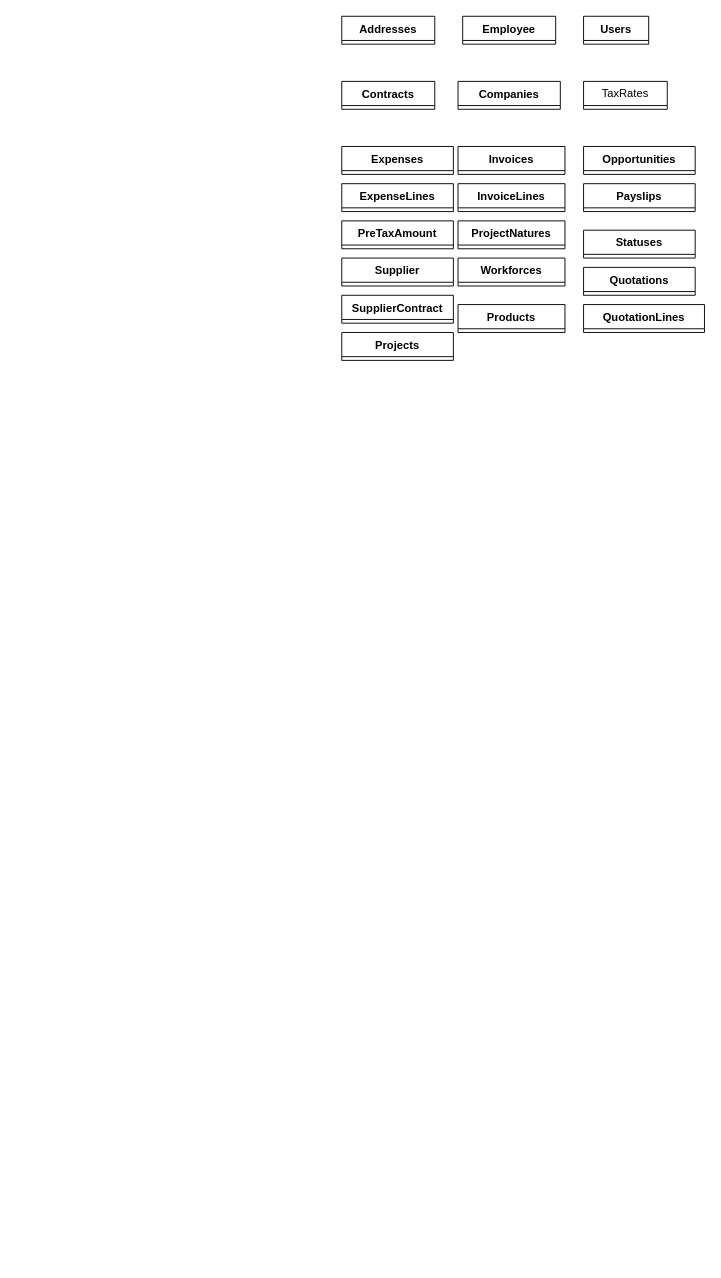
This is Diagramme sans nom.drawio from Eaulmesse/upit_erp_dev, a draw.io file, before an edit. Source tidied: cells renumbered, new cells numbered last; positions are measured from the earlier drawing's top-left corner, leaving out a move shared by most shapes. Both pictures are drawn from the tidied source at 93%, with x=0, y=0 at pixel (341, 16).
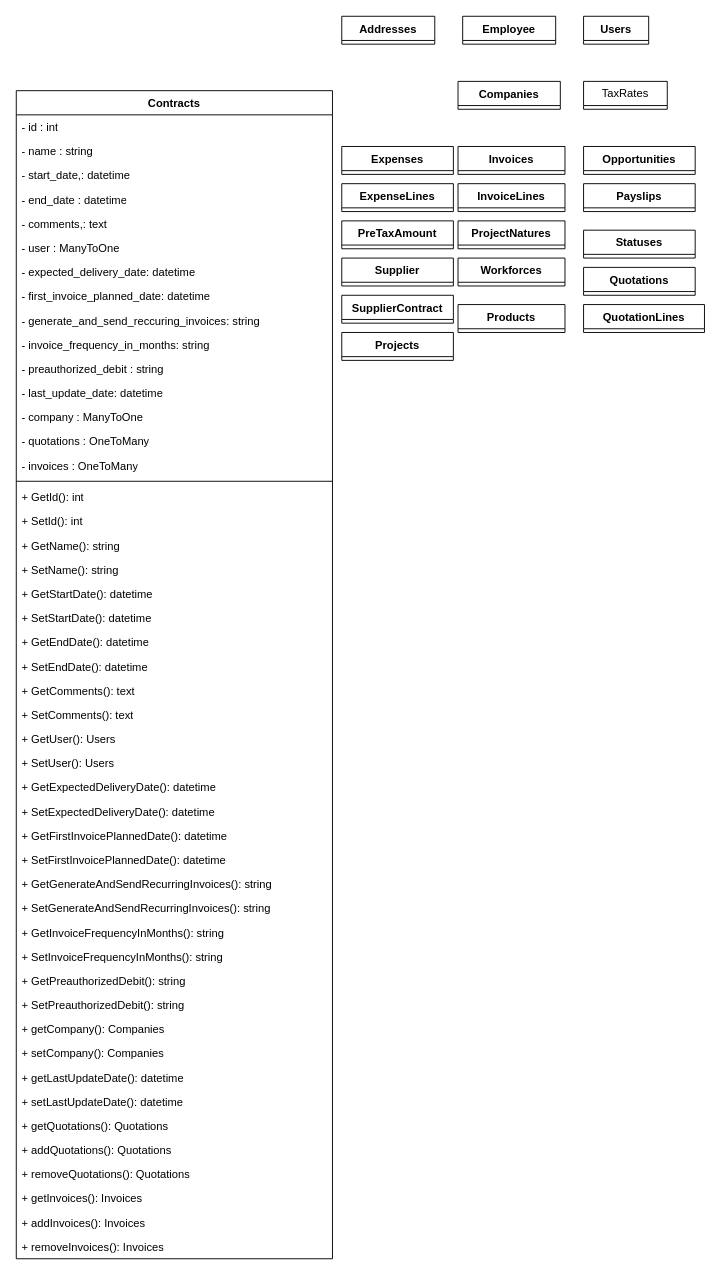
After the change.

Change to the diagram source:
```diff
@@
-    <mxCell id="4" value="Contracts" style="swimlane;fontStyle=1;align=center;verticalAlign=top;horizontal=1;startSize=26;whiteSpace=wrap;html=1;" parent="1" vertex="1" collapsed="1">
-      <mxGeometry y="70" width="100" height="30" as="geometry" />
+    <mxCell id="4" value="Contracts" style="swimlane;fontStyle=1;align=center;verticalAlign=top;horizontal=1;startSize=26;whiteSpace=wrap;html=1;" parent="1" vertex="1">
+      <mxGeometry x="-350" y="80" width="340" height="1256" as="geometry" />
     </mxCell>
+    <mxCell id="24" value="- id : int" style="text;strokeColor=none;fillColor=none;align=left;verticalAlign=top;spacingLeft=4;spacingRight=4;overflow=hidden;whiteSpace=wrap;html=1;" parent="4" vertex="1">
+      <mxGeometry y="26" width="340" height="26" as="geometry" />
+    </mxCell>
+    <mxCell id="25" value="- name : string" style="text;strokeColor=none;fillColor=none;align=left;verticalAlign=top;spacingLeft=4;spacingRight=4;overflow=hidden;whiteSpace=wrap;html=1;" parent="4" vertex="1">
+      <mxGeometry y="52" width="340" height="26" as="geometry" />
+    </mxCell>
+    <mxCell id="26" value="- start_date,: datetime" style="text;strokeColor=none;fillColor=none;align=left;verticalAlign=top;spacingLeft=4;spacingRight=4;overflow=hidden;whiteSpace=wrap;html=1;" parent="4" vertex="1">
+      <mxGeometry y="78" width="340" height="26" as="geometry" />
+    </mxCell>
+    <mxCell id="27" value="- end_date : datetime" style="text;strokeColor=none;fillColor=none;align=left;verticalAlign=top;spacingLeft=4;spacingRight=4;overflow=hidden;whiteSpace=wrap;html=1;" parent="4" vertex="1">
+      <mxGeometry y="104" width="340" height="26" as="geometry" />
+    </mxCell>
+    <mxCell id="28" value="- comments,: text" style="text;strokeColor=none;fillColor=none;align=left;verticalAlign=top;spacingLeft=4;spacingRight=4;overflow=hidden;whiteSpace=wrap;html=1;" parent="4" vertex="1">
+      <mxGeometry y="130" width="340" height="26" as="geometry" />
+    </mxCell>
+    <mxCell id="29" value="- user : ManyToOne" style="text;strokeColor=none;fillColor=none;align=left;verticalAlign=top;spacingLeft=4;spacingRight=4;overflow=hidden;whiteSpace=wrap;html=1;" parent="4" vertex="1">
+      <mxGeometry y="156" width="340" height="26" as="geometry" />
+    </mxCell>
+    <mxCell id="30" value="- expected_delivery_date: datetime" style="text;strokeColor=none;fillColor=none;align=left;verticalAlign=top;spacingLeft=4;spacingRight=4;overflow=hidden;whiteSpace=wrap;html=1;" parent="4" vertex="1">
+      <mxGeometry y="182" width="340" height="26" as="geometry" />
+    </mxCell>
+    <mxCell id="31" value="- first_invoice_planned_date: datetime" style="text;strokeColor=none;fillColor=none;align=left;verticalAlign=top;spacingLeft=4;spacingRight=4;overflow=hidden;whiteSpace=wrap;html=1;" parent="4" vertex="1">
+      <mxGeometry y="208" width="340" height="26" as="geometry" />
+    </mxCell>
+    <mxCell id="32" value="- generate_and_send_reccuring_invoices: string" style="text;strokeColor=none;fillColor=none;align=left;verticalAlign=top;spacingLeft=4;spacingRight=4;overflow=hidden;whiteSpace=wrap;html=1;" parent="4" vertex="1">
+      <mxGeometry y="234" width="340" height="26" as="geometry" />
+    </mxCell>
+    <mxCell id="33" value="- invoice_frequency_in_months: string" style="text;strokeColor=none;fillColor=none;align=left;verticalAlign=top;spacingLeft=4;spacingRight=4;overflow=hidden;whiteSpace=wrap;html=1;" parent="4" vertex="1">
+      <mxGeometry y="260" width="340" height="26" as="geometry" />
+    </mxCell>
+    <mxCell id="34" value="- preauthorized_debit : string" style="text;strokeColor=none;fillColor=none;align=left;verticalAlign=top;spacingLeft=4;spacingRight=4;overflow=hidden;whiteSpace=wrap;html=1;" parent="4" vertex="1">
+      <mxGeometry y="286" width="340" height="26" as="geometry" />
+    </mxCell>
+    <mxCell id="35" value="- last_update_date: datetime" style="text;strokeColor=none;fillColor=none;align=left;verticalAlign=top;spacingLeft=4;spacingRight=4;overflow=hidden;whiteSpace=wrap;html=1;" parent="4" vertex="1">
+      <mxGeometry y="312" width="340" height="26" as="geometry" />
+    </mxCell>
+    <mxCell id="36" value="- company : ManyToOne" style="text;strokeColor=none;fillColor=none;align=left;verticalAlign=top;spacingLeft=4;spacingRight=4;overflow=hidden;whiteSpace=wrap;html=1;" parent="4" vertex="1">
+      <mxGeometry y="338" width="340" height="26" as="geometry" />
+    </mxCell>
+    <mxCell id="37" value="- quotations : OneToMany" style="text;strokeColor=none;fillColor=none;align=left;verticalAlign=top;spacingLeft=4;spacingRight=4;overflow=hidden;whiteSpace=wrap;html=1;" parent="4" vertex="1">
+      <mxGeometry y="364" width="340" height="26" as="geometry" />
+    </mxCell>
+    <mxCell id="38" value="- invoices : OneToMany" style="text;strokeColor=none;fillColor=none;align=left;verticalAlign=top;spacingLeft=4;spacingRight=4;overflow=hidden;whiteSpace=wrap;html=1;" parent="4" vertex="1">
+      <mxGeometry y="390" width="340" height="26" as="geometry" />
+    </mxCell>
+    <mxCell id="39" style="line;strokeWidth=1;fillColor=none;align=left;verticalAlign=middle;spacingTop=-1;spacingLeft=3;spacingRight=3;labelPosition=right;strokeColor=inherit;" parent="4" vertex="1">
+      <mxGeometry y="416" width="340" height="8" as="geometry" />
+    </mxCell>
+    <mxCell id="40" value="+ GetId(): int" style="text;strokeColor=none;fillColor=none;align=left;verticalAlign=top;spacingLeft=4;spacingRight=4;overflow=hidden;whiteSpace=wrap;html=1;" parent="4" vertex="1">
+      <mxGeometry y="424" width="340" height="26" as="geometry" />
+    </mxCell>
+    <mxCell id="41" value="+ SetId(): int" style="text;strokeColor=none;fillColor=none;align=left;verticalAlign=top;spacingLeft=4;spacingRight=4;overflow=hidden;whiteSpace=wrap;html=1;" parent="4" vertex="1">
+      <mxGeometry y="450" width="340" height="26" as="geometry" />
+    </mxCell>
+    <mxCell id="42" value="+ GetName(): string" style="text;strokeColor=none;fillColor=none;align=left;verticalAlign=top;spacingLeft=4;spacingRight=4;overflow=hidden;whiteSpace=wrap;html=1;" parent="4" vertex="1">
+      <mxGeometry y="476" width="340" height="26" as="geometry" />
+    </mxCell>
+    <mxCell id="43" value="+ SetName(): string" style="text;strokeColor=none;fillColor=none;align=left;verticalAlign=top;spacingLeft=4;spacingRight=4;overflow=hidden;whiteSpace=wrap;html=1;" parent="4" vertex="1">
+      <mxGeometry y="502" width="340" height="26" as="geometry" />
+    </mxCell>
+    <mxCell id="44" value="+ GetStartDate(): datetime" style="text;strokeColor=none;fillColor=none;align=left;verticalAlign=top;spacingLeft=4;spacingRight=4;overflow=hidden;whiteSpace=wrap;html=1;" parent="4" vertex="1">
+      <mxGeometry y="528" width="340" height="26" as="geometry" />
+    </mxCell>
+    <mxCell id="45" value="+ SetStartDate(): datetime" style="text;strokeColor=none;fillColor=none;align=left;verticalAlign=top;spacingLeft=4;spacingRight=4;overflow=hidden;whiteSpace=wrap;html=1;" parent="4" vertex="1">
+      <mxGeometry y="554" width="340" height="26" as="geometry" />
+    </mxCell>
+    <mxCell id="46" value="+ GetEndDate(): datetime" style="text;strokeColor=none;fillColor=none;align=left;verticalAlign=top;spacingLeft=4;spacingRight=4;overflow=hidden;whiteSpace=wrap;html=1;" parent="4" vertex="1">
+      <mxGeometry y="580" width="340" height="26" as="geometry" />
+    </mxCell>
+    <mxCell id="47" value="+ SetEndDate(): datetime" style="text;strokeColor=none;fillColor=none;align=left;verticalAlign=top;spacingLeft=4;spacingRight=4;overflow=hidden;whiteSpace=wrap;html=1;" parent="4" vertex="1">
+      <mxGeometry y="606" width="340" height="26" as="geometry" />
+    </mxCell>
+    <mxCell id="48" value="+ GetComments(): text" style="text;strokeColor=none;fillColor=none;align=left;verticalAlign=top;spacingLeft=4;spacingRight=4;overflow=hidden;whiteSpace=wrap;html=1;" parent="4" vertex="1">
+      <mxGeometry y="632" width="340" height="26" as="geometry" />
+    </mxCell>
+    <mxCell id="49" value="+ SetComments(): text" style="text;strokeColor=none;fillColor=none;align=left;verticalAlign=top;spacingLeft=4;spacingRight=4;overflow=hidden;whiteSpace=wrap;html=1;" parent="4" vertex="1">
+      <mxGeometry y="658" width="340" height="26" as="geometry" />
+    </mxCell>
+    <mxCell id="50" value="+ GetUser(): Users" style="text;strokeColor=none;fillColor=none;align=left;verticalAlign=top;spacingLeft=4;spacingRight=4;overflow=hidden;whiteSpace=wrap;html=1;" parent="4" vertex="1">
+      <mxGeometry y="684" width="340" height="26" as="geometry" />
+    </mxCell>
+    <mxCell id="51" value="+ SetUser(): Users" style="text;strokeColor=none;fillColor=none;align=left;verticalAlign=top;spacingLeft=4;spacingRight=4;overflow=hidden;whiteSpace=wrap;html=1;" parent="4" vertex="1">
+      <mxGeometry y="710" width="340" height="26" as="geometry" />
+    </mxCell>
+    <mxCell id="52" value="+ GetExpectedDeliveryDate(): datetime" style="text;strokeColor=none;fillColor=none;align=left;verticalAlign=top;spacingLeft=4;spacingRight=4;overflow=hidden;whiteSpace=wrap;html=1;" parent="4" vertex="1">
+      <mxGeometry y="736" width="340" height="26" as="geometry" />
+    </mxCell>
+    <mxCell id="53" value="+ SetExpectedDeliveryDate(): datetime" style="text;strokeColor=none;fillColor=none;align=left;verticalAlign=top;spacingLeft=4;spacingRight=4;overflow=hidden;whiteSpace=wrap;html=1;" parent="4" vertex="1">
+      <mxGeometry y="762" width="340" height="26" as="geometry" />
+    </mxCell>
+    <mxCell id="54" value="+ GetFirstInvoicePlannedDate(): datetime" style="text;strokeColor=none;fillColor=none;align=left;verticalAlign=top;spacingLeft=4;spacingRight=4;overflow=hidden;whiteSpace=wrap;html=1;" parent="4" vertex="1">
+      <mxGeometry y="788" width="340" height="26" as="geometry" />
+    </mxCell>
+    <mxCell id="55" value="+ SetFirstInvoicePlannedDate(): datetime" style="text;strokeColor=none;fillColor=none;align=left;verticalAlign=top;spacingLeft=4;spacingRight=4;overflow=hidden;whiteSpace=wrap;html=1;" parent="4" vertex="1">
+      <mxGeometry y="814" width="340" height="26" as="geometry" />
+    </mxCell>
+    <mxCell id="56" value="+ GetGenerateAndSendRecurringInvoices(): string" style="text;strokeColor=none;fillColor=none;align=left;verticalAlign=top;spacingLeft=4;spacingRight=4;overflow=hidden;whiteSpace=wrap;html=1;" parent="4" vertex="1">
+      <mxGeometry y="840" width="340" height="26" as="geometry" />
+    </mxCell>
+    <mxCell id="57" value="+ SetGenerateAndSendRecurringInvoices(): string" style="text;strokeColor=none;fillColor=none;align=left;verticalAlign=top;spacingLeft=4;spacingRight=4;overflow=hidden;whiteSpace=wrap;html=1;" parent="4" vertex="1">
+      <mxGeometry y="866" width="340" height="26" as="geometry" />
+    </mxCell>
+    <mxCell id="58" value="+ GetInvoiceFrequencyInMonths(): string" style="text;strokeColor=none;fillColor=none;align=left;verticalAlign=top;spacingLeft=4;spacingRight=4;overflow=hidden;whiteSpace=wrap;html=1;" parent="4" vertex="1">
+      <mxGeometry y="892" width="340" height="26" as="geometry" />
+    </mxCell>
+    <mxCell id="59" value="+ SetInvoiceFrequencyInMonths(): string" style="text;strokeColor=none;fillColor=none;align=left;verticalAlign=top;spacingLeft=4;spacingRight=4;overflow=hidden;whiteSpace=wrap;html=1;" parent="4" vertex="1">
+      <mxGeometry y="918" width="340" height="26" as="geometry" />
+    </mxCell>
+    <mxCell id="60" value="+ GetPreauthorizedDebit(): string" style="text;strokeColor=none;fillColor=none;align=left;verticalAlign=top;spacingLeft=4;spacingRight=4;overflow=hidden;whiteSpace=wrap;html=1;" parent="4" vertex="1">
+      <mxGeometry y="944" width="340" height="26" as="geometry" />
+    </mxCell>
+    <mxCell id="61" value="+ SetPreauthorizedDebit(): string" style="text;strokeColor=none;fillColor=none;align=left;verticalAlign=top;spacingLeft=4;spacingRight=4;overflow=hidden;whiteSpace=wrap;html=1;" parent="4" vertex="1">
+      <mxGeometry y="970" width="340" height="26" as="geometry" />
+    </mxCell>
+    <mxCell id="62" value="+&amp;nbsp;getCompany&lt;span style=&quot;background-color: initial;&quot;&gt;(): Companies&lt;/span&gt;" style="text;strokeColor=none;fillColor=none;align=left;verticalAlign=top;spacingLeft=4;spacingRight=4;overflow=hidden;whiteSpace=wrap;html=1;" parent="4" vertex="1">
+      <mxGeometry y="996" width="340" height="26" as="geometry" />
+    </mxCell>
+    <mxCell id="63" value="+ setCompany&lt;span style=&quot;background-color: initial;&quot;&gt;(): Companies&lt;/span&gt;" style="text;strokeColor=none;fillColor=none;align=left;verticalAlign=top;spacingLeft=4;spacingRight=4;overflow=hidden;whiteSpace=wrap;html=1;" parent="4" vertex="1">
+      <mxGeometry y="1022" width="340" height="26" as="geometry" />
+    </mxCell>
+    <mxCell id="64" value="+&amp;nbsp;getLastUpdateDate&lt;span style=&quot;background-color: initial;&quot;&gt;(): datetime&lt;/span&gt;" style="text;strokeColor=none;fillColor=none;align=left;verticalAlign=top;spacingLeft=4;spacingRight=4;overflow=hidden;whiteSpace=wrap;html=1;" parent="4" vertex="1">
+      <mxGeometry y="1048" width="340" height="26" as="geometry" />
+    </mxCell>
+    <mxCell id="65" value="+ setLastUpdateDate&lt;span style=&quot;background-color: initial;&quot;&gt;(): datetime&lt;/span&gt;" style="text;strokeColor=none;fillColor=none;align=left;verticalAlign=top;spacingLeft=4;spacingRight=4;overflow=hidden;whiteSpace=wrap;html=1;" parent="4" vertex="1">
+      <mxGeometry y="1074" width="340" height="26" as="geometry" />
+    </mxCell>
+    <mxCell id="66" value="+&amp;nbsp;getQuotations&lt;span style=&quot;background-color: initial;&quot;&gt;(): Quotations&lt;/span&gt;" style="text;strokeColor=none;fillColor=none;align=left;verticalAlign=top;spacingLeft=4;spacingRight=4;overflow=hidden;whiteSpace=wrap;html=1;" parent="4" vertex="1">
+      <mxGeometry y="1100" width="340" height="26" as="geometry" />
+    </mxCell>
+    <mxCell id="67" value="+ addQuotations&lt;span style=&quot;background-color: initial;&quot;&gt;(): Quotations&lt;/span&gt;" style="text;strokeColor=none;fillColor=none;align=left;verticalAlign=top;spacingLeft=4;spacingRight=4;overflow=hidden;whiteSpace=wrap;html=1;" parent="4" vertex="1">
+      <mxGeometry y="1126" width="340" height="26" as="geometry" />
+    </mxCell>
+    <mxCell id="68" value="+ removeQuotations&lt;span style=&quot;background-color: initial;&quot;&gt;(): Quotations&lt;/span&gt;" style="text;strokeColor=none;fillColor=none;align=left;verticalAlign=top;spacingLeft=4;spacingRight=4;overflow=hidden;whiteSpace=wrap;html=1;" parent="4" vertex="1">
+      <mxGeometry y="1152" width="340" height="26" as="geometry" />
+    </mxCell>
+    <mxCell id="69" value="+&amp;nbsp;getInvoices&lt;span style=&quot;background-color: initial;&quot;&gt;():&amp;nbsp;&lt;/span&gt;Invoices" style="text;strokeColor=none;fillColor=none;align=left;verticalAlign=top;spacingLeft=4;spacingRight=4;overflow=hidden;whiteSpace=wrap;html=1;" parent="4" vertex="1">
+      <mxGeometry y="1178" width="340" height="26" as="geometry" />
+    </mxCell>
+    <mxCell id="70" value="+ addInvoices&lt;span style=&quot;background-color: initial;&quot;&gt;():&amp;nbsp;&lt;/span&gt;Invoices" style="text;strokeColor=none;fillColor=none;align=left;verticalAlign=top;spacingLeft=4;spacingRight=4;overflow=hidden;whiteSpace=wrap;html=1;" parent="4" vertex="1">
+      <mxGeometry y="1204" width="340" height="26" as="geometry" />
+    </mxCell>
+    <mxCell id="71" value="+ removeInvoices&lt;span style=&quot;background-color: initial;&quot;&gt;():&amp;nbsp;&lt;/span&gt;Invoices" style="text;strokeColor=none;fillColor=none;align=left;verticalAlign=top;spacingLeft=4;spacingRight=4;overflow=hidden;whiteSpace=wrap;html=1;" parent="4" vertex="1">
+      <mxGeometry y="1230" width="340" height="26" as="geometry" />
+    </mxCell>
```
